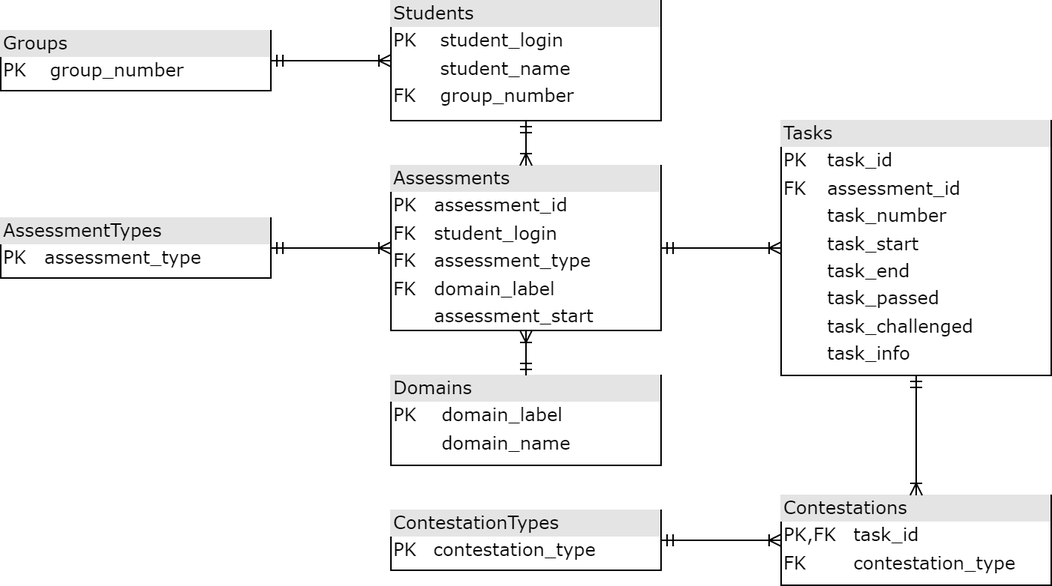
The draw.io diagram docs/diagrams/data_base.png in aVorotnikov/ontologer, before a commit. Source tidied: cells renumbered, new cells last; positions are measured from the earlier drawing's top-left corner, leaving out a move shared by most shapes.
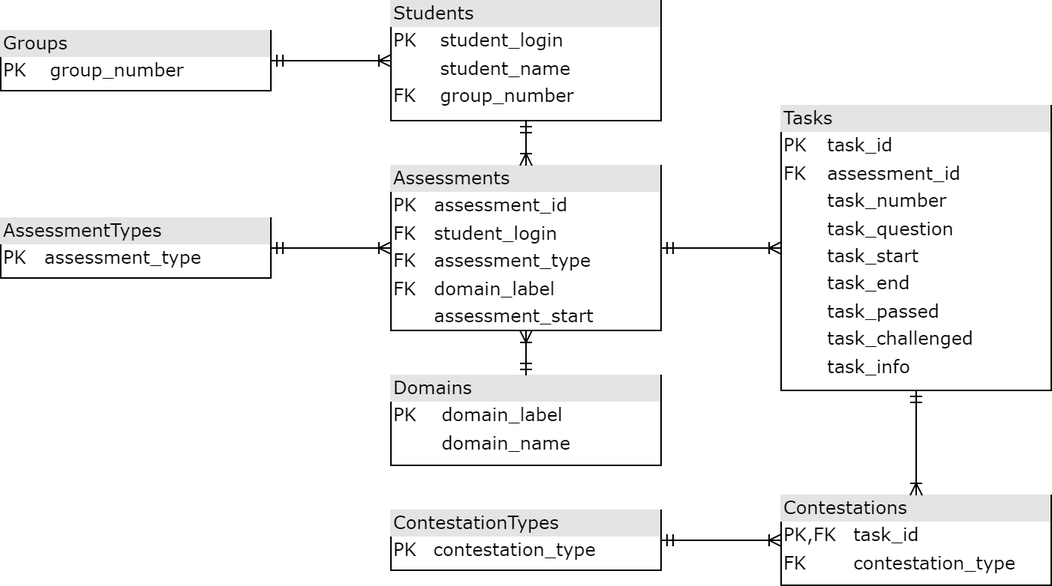
The same file after the commit.

What changed in the source:
```diff
@@ -29,8 +29,8 @@
     <mxCell id="10" style="edgeStyle=orthogonalEdgeStyle;html=1;endArrow=ERoneToMany;startArrow=ERmandOne;labelBackgroundColor=none;fontFamily=Verdana;fontSize=12;align=left;" parent="1" edge="1" source="9" target="5">
       <mxGeometry relative="1" as="geometry" />
     </mxCell>
-    <mxCell id="11" value="&lt;div style=&quot;box-sizing:border-box;width:100%;background:#e4e4e4;padding:2px;&quot;&gt;Tasks&lt;/div&gt;&lt;table style=&quot;width:100%;font-size:1em;&quot; cellpadding=&quot;2&quot; cellspacing=&quot;0&quot;&gt;&lt;tbody&gt;&lt;tr&gt;&lt;td&gt;PK&lt;/td&gt;&lt;td&gt;task_id&lt;/td&gt;&lt;/tr&gt;&lt;tr&gt;&lt;td&gt;FK&lt;/td&gt;&lt;td&gt;assessment_id&lt;/td&gt;&lt;/tr&gt;&lt;tr&gt;&lt;td&gt;&lt;br&gt;&lt;/td&gt;&lt;td&gt;task_number&lt;/td&gt;&lt;/tr&gt;&lt;tr&gt;&lt;td&gt;&lt;br&gt;&lt;/td&gt;&lt;td&gt;task_start&lt;/td&gt;&lt;/tr&gt;&lt;tr&gt;&lt;td&gt;&lt;br&gt;&lt;/td&gt;&lt;td&gt;task_end&lt;/td&gt;&lt;/tr&gt;&lt;tr&gt;&lt;td&gt;&lt;br&gt;&lt;/td&gt;&lt;td&gt;task_passed&lt;/td&gt;&lt;/tr&gt;&lt;tr&gt;&lt;td&gt;&lt;br&gt;&lt;/td&gt;&lt;td&gt;task_challenged&lt;/td&gt;&lt;/tr&gt;&lt;tr&gt;&lt;td&gt;&lt;br&gt;&lt;/td&gt;&lt;td&gt;task_info&lt;/td&gt;&lt;/tr&gt;&lt;/tbody&gt;&lt;/table&gt;" style="verticalAlign=top;align=left;overflow=fill;html=1;rounded=0;shadow=0;comic=0;labelBackgroundColor=none;strokeWidth=1;fontFamily=Verdana;fontSize=12;" parent="1" vertex="1">
-      <mxGeometry x="520" y="80" width="180" height="170" as="geometry" />
+    <mxCell id="11" value="&lt;div style=&quot;box-sizing:border-box;width:100%;background:#e4e4e4;padding:2px;&quot;&gt;Tasks&lt;/div&gt;&lt;table style=&quot;width:100%;font-size:1em;&quot; cellpadding=&quot;2&quot; cellspacing=&quot;0&quot;&gt;&lt;tbody&gt;&lt;tr&gt;&lt;td&gt;PK&lt;/td&gt;&lt;td&gt;task_id&lt;/td&gt;&lt;/tr&gt;&lt;tr&gt;&lt;td&gt;FK&lt;/td&gt;&lt;td&gt;assessment_id&lt;/td&gt;&lt;/tr&gt;&lt;tr&gt;&lt;td&gt;&lt;br&gt;&lt;/td&gt;&lt;td&gt;task_number&lt;/td&gt;&lt;/tr&gt;&lt;tr&gt;&lt;td&gt;&lt;br&gt;&lt;/td&gt;&lt;td&gt;task_question&lt;/td&gt;&lt;/tr&gt;&lt;tr&gt;&lt;td&gt;&lt;br&gt;&lt;/td&gt;&lt;td&gt;task_start&lt;/td&gt;&lt;/tr&gt;&lt;tr&gt;&lt;td&gt;&lt;br&gt;&lt;/td&gt;&lt;td&gt;task_end&lt;/td&gt;&lt;/tr&gt;&lt;tr&gt;&lt;td&gt;&lt;br&gt;&lt;/td&gt;&lt;td&gt;task_passed&lt;/td&gt;&lt;/tr&gt;&lt;tr&gt;&lt;td&gt;&lt;br&gt;&lt;/td&gt;&lt;td&gt;task_challenged&lt;/td&gt;&lt;/tr&gt;&lt;tr&gt;&lt;td&gt;&lt;br&gt;&lt;/td&gt;&lt;td&gt;task_info&lt;/td&gt;&lt;/tr&gt;&lt;/tbody&gt;&lt;/table&gt;" style="verticalAlign=top;align=left;overflow=fill;html=1;rounded=0;shadow=0;comic=0;labelBackgroundColor=none;strokeWidth=1;fontFamily=Verdana;fontSize=12;" parent="1" vertex="1">
+      <mxGeometry x="520" y="70" width="180" height="190" as="geometry" />
     </mxCell>
     <mxCell id="12" style="edgeStyle=orthogonalEdgeStyle;html=1;endArrow=ERoneToMany;startArrow=ERmandOne;labelBackgroundColor=none;fontFamily=Verdana;fontSize=12;align=left;fontStyle=4;" parent="1" edge="1" source="5" target="11">
       <mxGeometry relative="1" as="geometry" />
```
